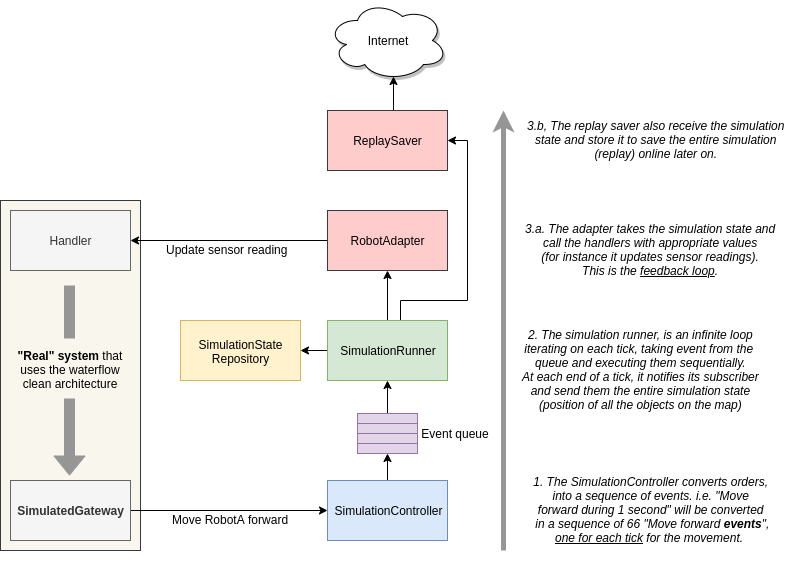
outech-robotic/code keeps this draw.io diagram as docs/img/simulation.png. Above is the earlier version. Source tidied: cells renumbered, new cells last; positions are measured from the earlier drawing's top-left corner, leaving out a move shared by most shapes.
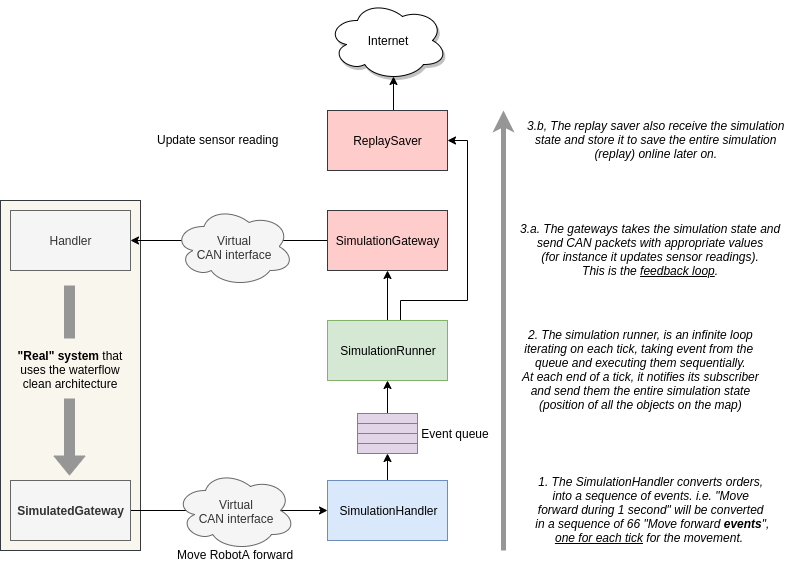
After the change.

Commit message:
Update simulation diagram (#47)

The edit, as a diff of the source:
```diff
@@ -14,12 +14,9 @@
     <mxCell id="5" style="edgeStyle=orthogonalEdgeStyle;rounded=0;jettySize=auto;html=1;exitX=0.5;exitY=0;exitDx=0;exitDy=0;entryX=0.5;entryY=1;entryDx=0;entryDy=0;" parent="1" edge="1" source="6" target="15">
       <mxGeometry relative="1" as="geometry" />
     </mxCell>
-    <mxCell id="6" value="SimulationController" style="rounded=0;whiteSpace=wrap;html=1;fillColor=#dae8fc;strokeColor=#6c8ebf;" parent="1" vertex="1">
+    <mxCell id="6" value="SimulationHandler" style="rounded=0;whiteSpace=wrap;html=1;fillColor=#dae8fc;strokeColor=#6c8ebf;" parent="1" vertex="1">
       <mxGeometry x="327" y="480" width="120" height="60" as="geometry" />
     </mxCell>
-    <mxCell id="7" style="edgeStyle=orthogonalEdgeStyle;rounded=0;jettySize=auto;html=1;exitX=0;exitY=0.5;exitDx=0;exitDy=0;entryX=1;entryY=0.5;entryDx=0;entryDy=0;" parent="1" edge="1" source="10" target="25">
-      <mxGeometry relative="1" as="geometry" />
-    </mxCell>
     <mxCell id="8" style="edgeStyle=orthogonalEdgeStyle;rounded=0;jettySize=auto;html=1;exitX=0.5;exitY=0;exitDx=0;exitDy=0;entryX=0.5;entryY=1;entryDx=0;entryDy=0;" parent="1" edge="1" source="10" target="24">
       <mxGeometry relative="1" as="geometry" />
     </mxCell>
@@ -70,20 +67,17 @@
     <mxCell id="21" value="Internet" style="ellipse;shape=cloud;whiteSpace=wrap;html=1;shadow=1;" parent="1" vertex="1">
       <mxGeometry x="327" width="120" height="80" as="geometry" />
     </mxCell>
-    <mxCell id="22" value="&lt;i&gt;1. The SimulationController converts orders,&lt;br&gt;into a sequence of events. i.e. &quot;Move&lt;br&gt;forward during 1 second&quot; will be converted&lt;br&gt;&amp;nbsp;in a sequence of 66 &quot;Move forward &lt;b&gt;events&lt;/b&gt;&quot;,&lt;br&gt;&lt;u&gt;one for each tick&lt;/u&gt; for the movement.&amp;nbsp;&lt;/i&gt;" style="text;html=1;align=center;verticalAlign=middle;spacingTop=-4;labelBorderColor=none;horizontal=1;" parent="1" vertex="1">
+    <mxCell id="22" value="&lt;i&gt;1. The SimulationHandler converts orders,&lt;br&gt;into a sequence of events. i.e. &quot;Move&lt;br&gt;forward during 1 second&quot; will be converted&lt;br&gt;&amp;nbsp;in a sequence of 66 &quot;Move forward &lt;b&gt;events&lt;/b&gt;&quot;,&lt;br&gt;&lt;u&gt;one for each tick&lt;/u&gt; for the movement.&amp;nbsp;&lt;/i&gt;" style="text;html=1;align=center;verticalAlign=middle;spacingTop=-4;labelBorderColor=none;horizontal=1;" parent="1" vertex="1">
       <mxGeometry x="525" y="475" width="250" height="70" as="geometry" />
     </mxCell>
     <mxCell id="23" value="&lt;i&gt;2. The simulation runner, is an infinite loop&lt;br&gt;iterating on each tick, taking event from the &lt;br&gt;queue and executing them sequentially.&lt;br&gt;At each end of a tick, it notifies its subscriber&lt;br&gt;&amp;nbsp;and send them the entire simulation state &lt;br&gt;(position of all the objects on the map)&lt;br&gt;&lt;/i&gt;" style="text;html=1;align=center;verticalAlign=middle;spacingTop=-4;labelBorderColor=none;horizontal=1;" parent="1" vertex="1">
       <mxGeometry x="515" y="330" width="250" height="80" as="geometry" />
     </mxCell>
-    <mxCell id="24" value="RobotAdapter" style="rounded=0;whiteSpace=wrap;html=1;fillColor=#ffcccc;strokeColor=#36393d;" parent="1" vertex="1">
+    <mxCell id="24" value="SimulationGateway" style="rounded=0;whiteSpace=wrap;html=1;fillColor=#ffcccc;strokeColor=#36393d;" parent="1" vertex="1">
       <mxGeometry x="327" y="210" width="120" height="60" as="geometry" />
     </mxCell>
-    <mxCell id="25" value="SimulationState&lt;br&gt;Repository" style="rounded=0;whiteSpace=wrap;html=1;fillColor=#fff2cc;strokeColor=#d6b656;" parent="1" vertex="1">
-      <mxGeometry x="180" y="320" width="120" height="60" as="geometry" />
-    </mxCell>
-    <mxCell id="26" value="&lt;i&gt;3.a. The adapter takes the simulation state and&lt;br&gt;call the handlers with appropriate values&lt;br&gt;(for instance it updates sensor readings).&lt;br&gt;This is the &lt;/i&gt;&lt;i&gt;&lt;u&gt;feedback loop&lt;/u&gt;.&lt;/i&gt;" style="text;html=1;align=center;verticalAlign=middle;spacingTop=-4;labelBorderColor=none;horizontal=1;" parent="1" vertex="1">
-      <mxGeometry x="515" y="220" width="270" height="60" as="geometry" />
+    <mxCell id="26" value="&lt;i&gt;3.a. The gateways takes the simulation state and&lt;br&gt;send CAN packets with appropriate values&lt;br&gt;(for instance it updates sensor readings).&lt;br&gt;This is the &lt;/i&gt;&lt;i&gt;&lt;u&gt;feedback loop&lt;/u&gt;.&lt;/i&gt;" style="text;html=1;align=center;verticalAlign=middle;spacingTop=-4;labelBorderColor=none;horizontal=1;" parent="1" vertex="1">
+      <mxGeometry x="510" y="220" width="280" height="60" as="geometry" />
     </mxCell>
     <mxCell id="27" value="&lt;i&gt;3.b, The replay saver also receive the simulation&lt;br&gt;state and store it to save the entire simulation&lt;br&gt;(replay) online later on.&lt;br&gt;&lt;/i&gt;" style="text;html=1;align=center;verticalAlign=middle;spacingTop=-4;labelBorderColor=none;horizontal=1;" parent="1" vertex="1">
       <mxGeometry x="520" y="120" width="270" height="40" as="geometry" />
@@ -104,10 +98,16 @@
       <mxGeometry x="9" y="338" width="120" height="60" as="geometry" />
     </mxCell>
     <mxCell id="31" value="Move RobotA forward" style="text;html=1;align=left;verticalAlign=top;spacingTop=-4;" parent="1" vertex="1">
-      <mxGeometry x="170" y="510" width="130" height="20" as="geometry" />
+      <mxGeometry x="175" y="545" width="130" height="20" as="geometry" />
     </mxCell>
     <mxCell id="32" value="Update sensor reading" style="text;html=1;align=left;verticalAlign=top;spacingTop=-4;" parent="1" vertex="1">
-      <mxGeometry x="163.5" y="240" width="140" height="20" as="geometry" />
+      <mxGeometry x="155" y="130" width="140" height="20" as="geometry" />
     </mxCell>
+    <mxCell id="33" value="Virtual&lt;br&gt;CAN interface" style="ellipse;shape=cloud;whiteSpace=wrap;html=1;fillColor=#f5f5f5;strokeColor=#666666;fontColor=#333333;" parent="1" vertex="1">
+      <mxGeometry x="175" y="470" width="120" height="80" as="geometry" />
+    </mxCell>
+    <mxCell id="34" value="Virtual&lt;br&gt;CAN interface" style="ellipse;shape=cloud;whiteSpace=wrap;html=1;fillColor=#f5f5f5;strokeColor=#666666;fontColor=#333333;" parent="1" vertex="1">
+      <mxGeometry x="173.5" y="206" width="120" height="80" as="geometry" />
+    </mxCell>
   </root>
 </mxGraphModel>
```
